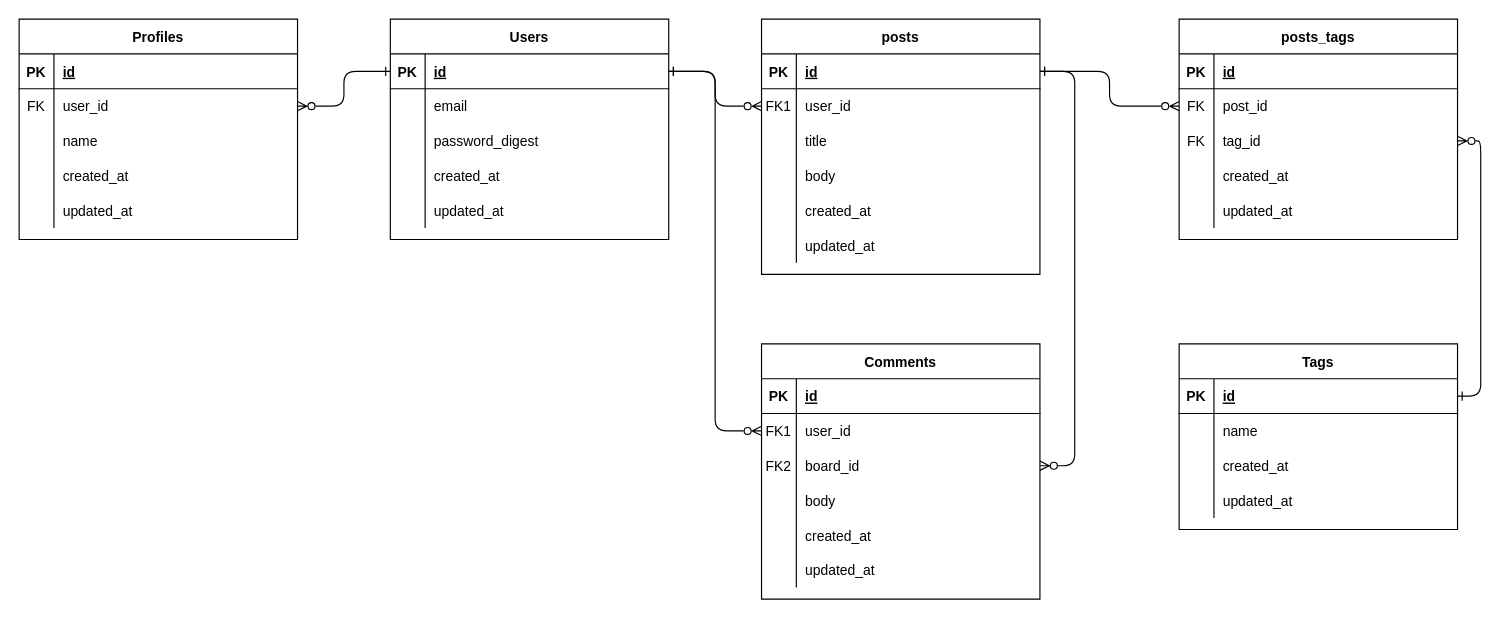
Before: page "ER図" (1 of 3) of 中間試験_rails.drawio in Hiruyan-J/testTil, a draw.io diagram. Source tidied: cells renumbered, new cells numbered last; positions are measured from the earlier drawing's top-left corner, leaving out a move shared by most shapes. Both pictures are drawn from the tidied source at 116%, with x=0, y=0 at pixel (19, 19).
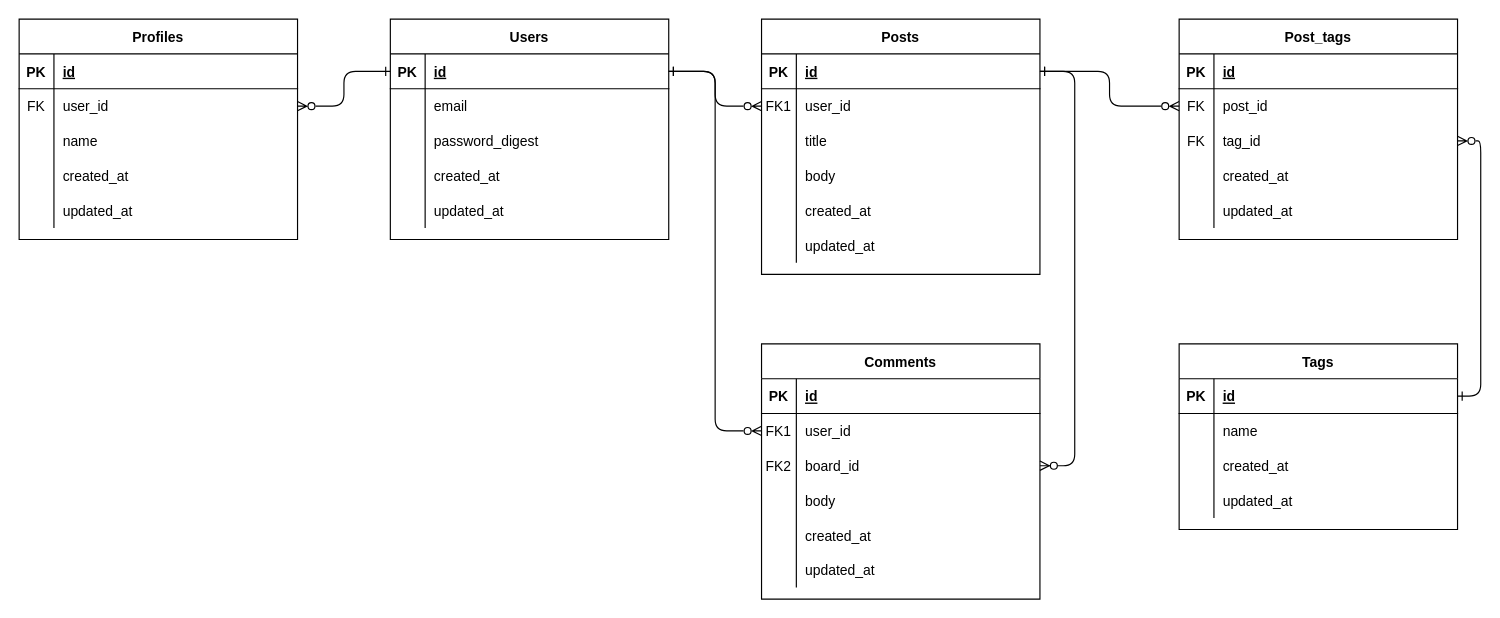
The same page after the edit.

Commit message:
中間試験_rails.drawio を更新します

What changed in the source:
```diff
@@
-    <mxCell id="4" value="posts" style="shape=table;startSize=30;childLayout=tableLayout;rowLines=0;fontStyle=1;align=center;" parent="1" vertex="1">
+    <mxCell id="4" value="Posts" style="shape=table;startSize=30;childLayout=tableLayout;rowLines=0;fontStyle=1;align=center;" parent="1" vertex="1">
       <mxGeometry x="640" width="240" height="220" as="geometry" />
     </mxCell>
@@
-    <mxCell id="76" value="posts_tags" style="shape=table;startSize=30;childLayout=tableLayout;rowLines=0;fontStyle=1;align=center;" parent="1" vertex="1">
+    <mxCell id="76" value="Post_tags" style="shape=table;startSize=30;childLayout=tableLayout;rowLines=0;fontStyle=1;align=center;" parent="1" vertex="1">
       <mxGeometry x="1000" width="240" height="190" as="geometry" />
     </mxCell>
```
